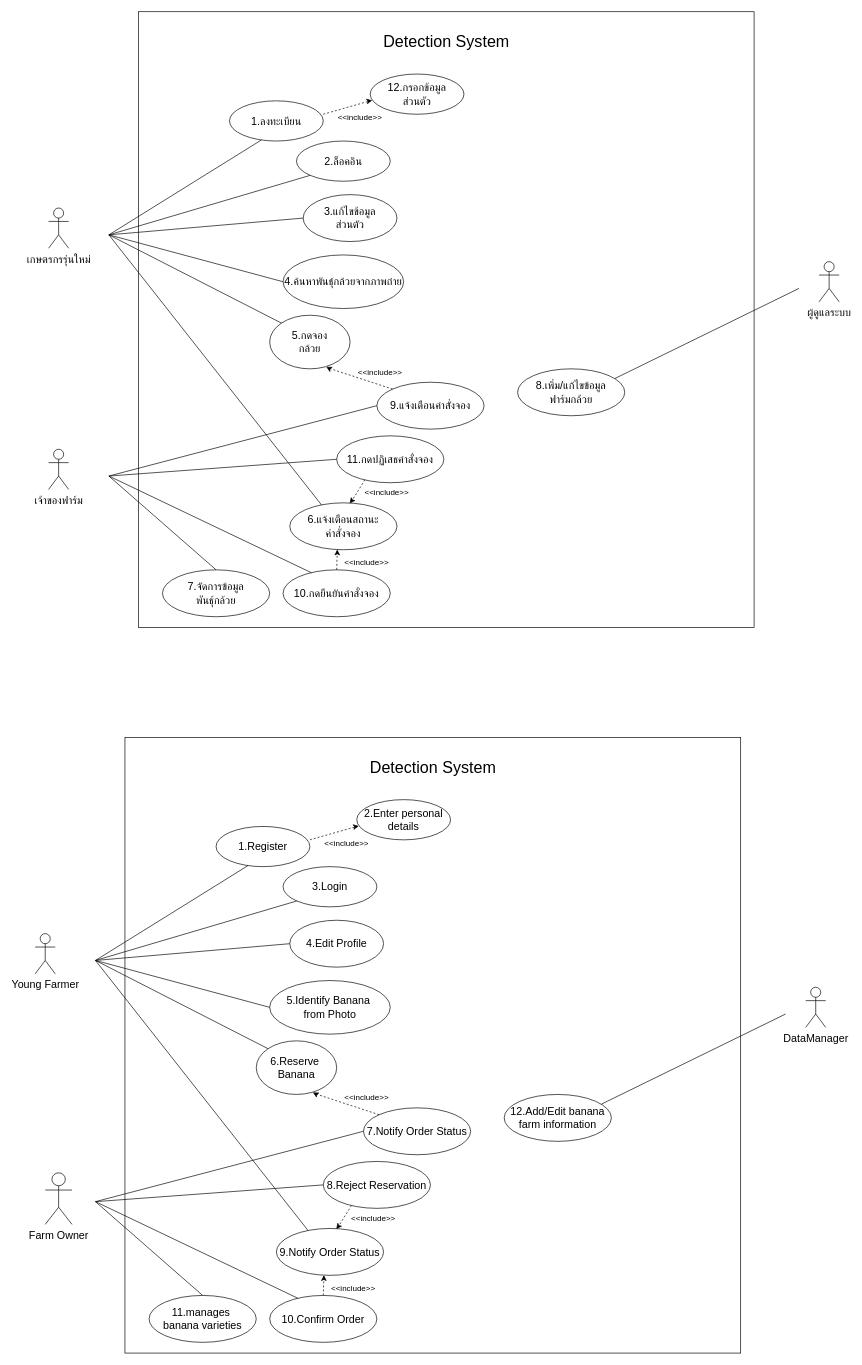
Above: page "use case" (1 of 2) of usecase(2).drawio in Phichayapa48/ProjectDetail2.github.io (draw.io), before the change. Source tidied: cells renumbered, new cells numbered last; positions are measured from the earlier drawing's top-left corner, leaving out a move shared by most shapes. Both pictures are drawn from the tidied source at 67%, with x=0, y=0 at pixel (35, 11).
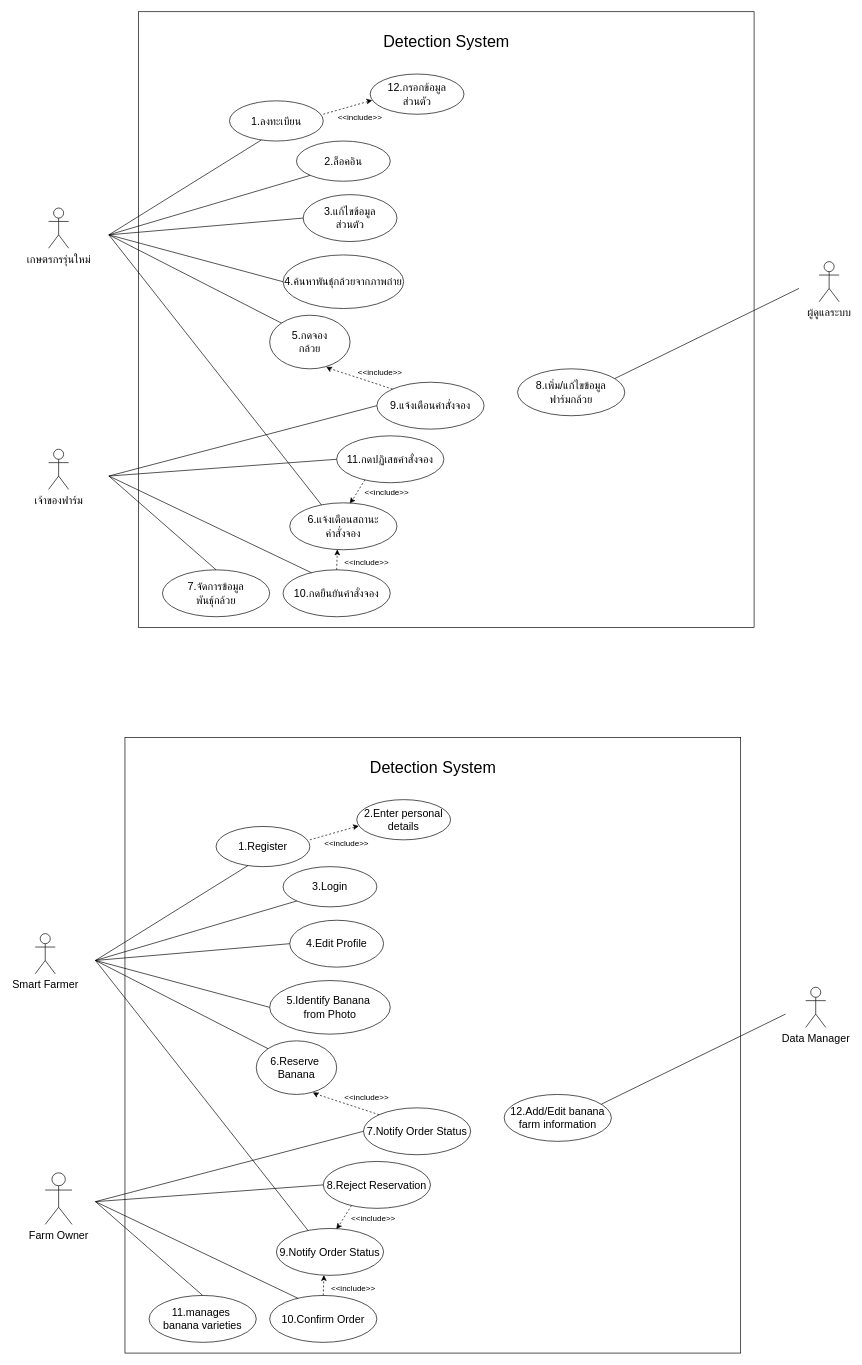
Above is the later version.

The edit, as a diff of the source:
```diff
@@
-    <mxCell id="44" value="Young Farmer" style="shape=umlActor;verticalLabelPosition=bottom;verticalAlign=top;html=1;fontSize=16;strokeColor=#000000;" parent="1" vertex="1">
+    <mxCell id="44" value="Smart Farmer" style="shape=umlActor;verticalLabelPosition=bottom;verticalAlign=top;html=1;fontSize=16;strokeColor=#000000;" parent="1" vertex="1">
       <mxGeometry y="1376" width="30" height="60" as="geometry" />
     </mxCell>
@@
-    <mxCell id="46" value="DataManager" style="shape=umlActor;verticalLabelPosition=bottom;verticalAlign=top;html=1;fontSize=16;strokeColor=#000000;" parent="1" vertex="1">
+    <mxCell id="46" value="Data Manager" style="shape=umlActor;verticalLabelPosition=bottom;verticalAlign=top;html=1;fontSize=16;strokeColor=#000000;" parent="1" vertex="1">
       <mxGeometry x="1150" y="1456" width="30" height="60" as="geometry" />
     </mxCell>
```
